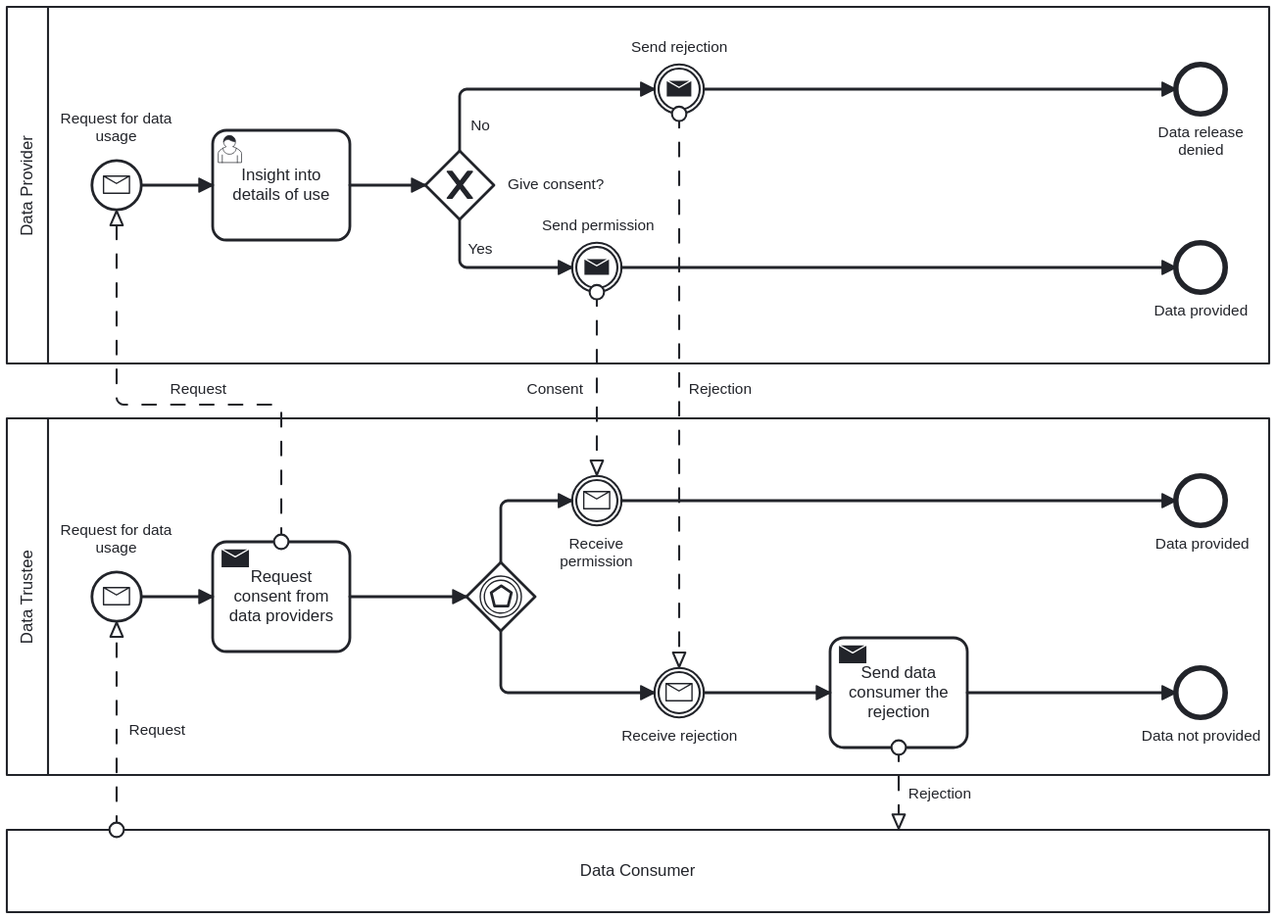
Above: Authorization Management/Manual_Consent.svg in sacdevops/Process-Patterns-for-Data-Trustees (BPMN), before the change. Its source is kept beside it as Authorization Management/Manual_Consent.bpmn. Ids are renumbered.
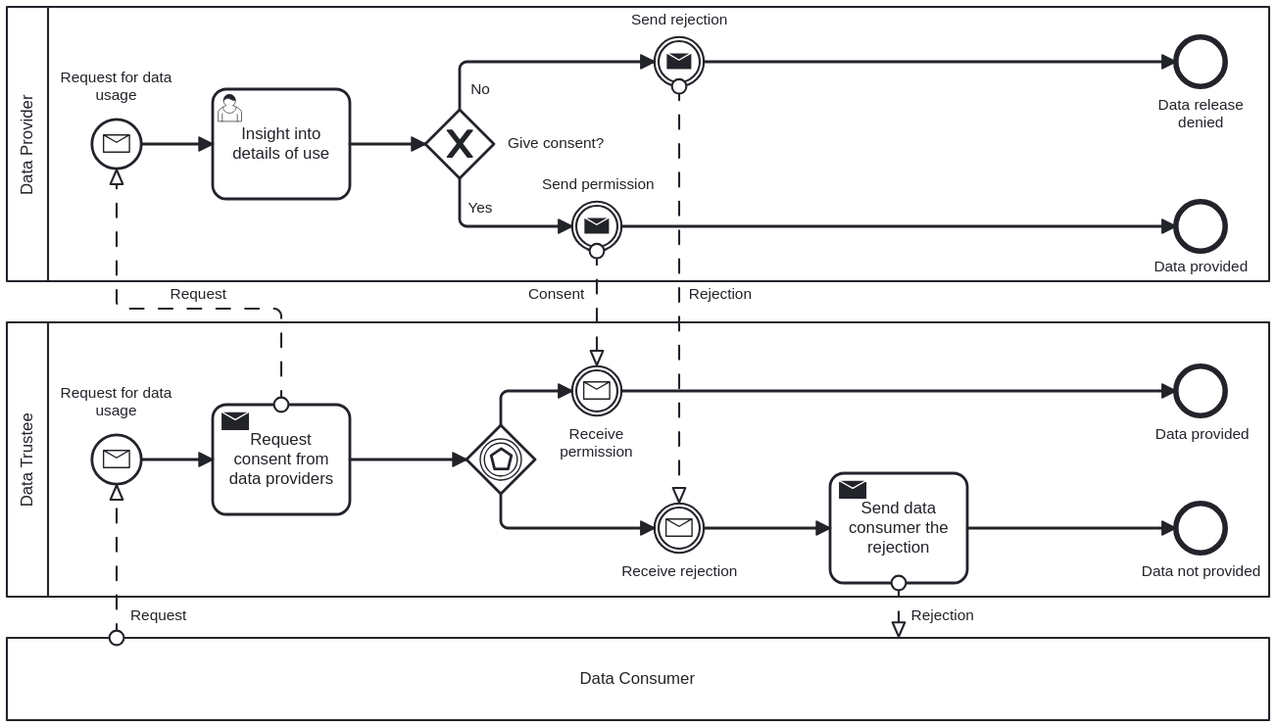
Later version of the same file.

The edit, as a diff of the source:
```diff
@@ -14,7 +14,6 @@
       <bpmn:outgoing>Flow_n21</bpmn:outgoing>
       <bpmn:messageEventDefinition id="MessageEventDefinition_n22" />
     </bpmn:startEvent>
-    <bpmn:sequenceFlow id="Flow_n21" sourceRef="Event_n10" targetRef="Activity_n23" />
     <bpmn:userTask id="Activity_n23" name="Insight into details of use">
       <bpmn:extensionElements>
         <zeebe:userTask />
@@ -27,163 +26,76 @@
       <bpmn:outgoing>Flow_n26</bpmn:outgoing>
       <bpmn:outgoing>Flow_n27</bpmn:outgoing>
     </bpmn:exclusiveGateway>
-    <bpmn:sequenceFlow id="Flow_n24" sourceRef="Activity_n23" targetRef="Gateway_n25" />
     <bpmn:intermediateThrowEvent id="Event_n12" name="Send permission">
       <bpmn:incoming>Flow_n26</bpmn:incoming>
       <bpmn:outgoing>Flow_n28</bpmn:outgoing>
       <bpmn:messageEventDefinition id="MessageEventDefinition_n29" />
     </bpmn:intermediateThrowEvent>
-    <bpmn:sequenceFlow id="Flow_n26" name="Yes" sourceRef="Gateway_n25" targetRef="Event_n12" />
-    <bpmn:sequenceFlow id="Flow_n27" name="No" sourceRef="Gateway_n25" targetRef="Event_n15" />
     <bpmn:endEvent id="Event_n30" name="Data provided">
       <bpmn:incoming>Flow_n28</bpmn:incoming>
     </bpmn:endEvent>
-    <bpmn:endEvent id="Event_n31" name="Data release denied">
-      <bpmn:incoming>Flow_n32</bpmn:incoming>
-    </bpmn:endEvent>
-    <bpmn:sequenceFlow id="Flow_n32" sourceRef="Event_n15" targetRef="Event_n31" />
-    <bpmn:sequenceFlow id="Flow_n28" sourceRef="Event_n12" targetRef="Event_n30" />
     <bpmn:intermediateThrowEvent id="Event_n15" name="Send rejection">
       <bpmn:incoming>Flow_n27</bpmn:incoming>
       <bpmn:outgoing>Flow_n32</bpmn:outgoing>
       <bpmn:messageEventDefinition id="MessageEventDefinition_n33" />
     </bpmn:intermediateThrowEvent>
+    <bpmn:endEvent id="Event_n31" name="Data release denied">
+      <bpmn:incoming>Flow_n32</bpmn:incoming>
+    </bpmn:endEvent>
+    <bpmn:sequenceFlow id="Flow_n21" sourceRef="Event_n10" targetRef="Activity_n23" />
+    <bpmn:sequenceFlow id="Flow_n24" sourceRef="Activity_n23" targetRef="Gateway_n25" />
+    <bpmn:sequenceFlow id="Flow_n26" name="Yes" sourceRef="Gateway_n25" targetRef="Event_n12" />
+    <bpmn:sequenceFlow id="Flow_n27" name="No" sourceRef="Gateway_n25" targetRef="Event_n15" />
+    <bpmn:sequenceFlow id="Flow_n28" sourceRef="Event_n12" targetRef="Event_n30" />
+    <bpmn:sequenceFlow id="Flow_n32" sourceRef="Event_n15" targetRef="Event_n31" />
   </bpmn:process>
   <bpmn:process id="Process_n6" isExecutable="true">
+    <bpmn:intermediateCatchEvent id="Event_n13" name="Receive permission">
+      <bpmn:incoming>Flow_n37</bpmn:incoming>
+      <bpmn:outgoing>Flow_n41</bpmn:outgoing>
+      <bpmn:messageEventDefinition id="MessageEventDefinition_n42" />
+    </bpmn:intermediateCatchEvent>
+    <bpmn:endEvent id="Event_n43" name="Data provided">
+      <bpmn:incoming>Flow_n41</bpmn:incoming>
+    </bpmn:endEvent>
     <bpmn:sequenceFlow id="Flow_n34" sourceRef="Event_n20" targetRef="Activity_n9" />
+    <bpmn:sequenceFlow id="Flow_n35" sourceRef="Activity_n9" targetRef="Gateway_n36" />
+    <bpmn:sequenceFlow id="Flow_n37" sourceRef="Gateway_n36" targetRef="Event_n13" />
+    <bpmn:sequenceFlow id="Flow_n38" sourceRef="Gateway_n36" targetRef="Event_n16" />
+    <bpmn:sequenceFlow id="Flow_n41" sourceRef="Event_n13" targetRef="Event_n43" />
+    <bpmn:sequenceFlow id="Flow_n39" sourceRef="Event_n16" targetRef="Activity_n18" />
+    <bpmn:sequenceFlow id="Flow_n45" sourceRef="Activity_n18" targetRef="Event_n44" />
     <bpmn:sendTask id="Activity_n9" name="Request consent from data providers">
       <bpmn:incoming>Flow_n34</bpmn:incoming>
       <bpmn:outgoing>Flow_n35</bpmn:outgoing>
     </bpmn:sendTask>
-    <bpmn:sequenceFlow id="Flow_n35" sourceRef="Activity_n9" targetRef="Gateway_n36" />
     <bpmn:eventBasedGateway id="Gateway_n36">
       <bpmn:incoming>Flow_n35</bpmn:incoming>
       <bpmn:outgoing>Flow_n37</bpmn:outgoing>
       <bpmn:outgoing>Flow_n38</bpmn:outgoing>
     </bpmn:eventBasedGateway>
-    <bpmn:sequenceFlow id="Flow_n37" sourceRef="Gateway_n36" targetRef="Event_n13" />
-    <bpmn:sequenceFlow id="Flow_n38" sourceRef="Gateway_n36" targetRef="Event_n16" />
+    <bpmn:startEvent id="Event_n20" name="Request for data usage">
+      <bpmn:outgoing>Flow_n34</bpmn:outgoing>
+      <bpmn:messageEventDefinition id="MessageEventDefinition_n46" />
+    </bpmn:startEvent>
     <bpmn:intermediateCatchEvent id="Event_n16" name="Receive rejection">
       <bpmn:incoming>Flow_n38</bpmn:incoming>
       <bpmn:outgoing>Flow_n39</bpmn:outgoing>
       <bpmn:messageEventDefinition id="MessageEventDefinition_n40" />
     </bpmn:intermediateCatchEvent>
-    <bpmn:intermediateCatchEvent id="Event_n13" name="Receive permission">
-      <bpmn:incoming>Flow_n37</bpmn:incoming>
-      <bpmn:outgoing>Flow_n41</bpmn:outgoing>
-      <bpmn:messageEventDefinition id="MessageEventDefinition_n42" />
-    </bpmn:intermediateCatchEvent>
-    <bpmn:sequenceFlow id="Flow_n39" sourceRef="Event_n16" targetRef="Activity_n18" />
-    <bpmn:endEvent id="Event_n43" name="Data provided">
-      <bpmn:incoming>Flow_n41</bpmn:incoming>
-    </bpmn:endEvent>
     <bpmn:endEvent id="Event_n44" name="Data not provided">
       <bpmn:incoming>Flow_n45</bpmn:incoming>
     </bpmn:endEvent>
-    <bpmn:sequenceFlow id="Flow_n45" sourceRef="Activity_n18" targetRef="Event_n44" />
     <bpmn:sendTask id="Activity_n18" name="Send data consumer the rejection">
       <bpmn:incoming>Flow_n39</bpmn:incoming>
       <bpmn:outgoing>Flow_n45</bpmn:outgoing>
     </bpmn:sendTask>
-    <bpmn:sequenceFlow id="Flow_n41" sourceRef="Event_n13" targetRef="Event_n43" />
-    <bpmn:startEvent id="Event_n20" name="Request for data usage">
-      <bpmn:outgoing>Flow_n34</bpmn:outgoing>
-      <bpmn:messageEventDefinition id="MessageEventDefinition_n46" />
-    </bpmn:startEvent>
   </bpmn:process>
   <bpmndi:BPMNDiagram id="BPMNDiagram_1">
     <bpmndi:BPMNPlane id="BPMNPlane_1" bpmnElement="Collaboration_n2">
-      <bpmndi:BPMNShape id="BPMNShape_n47" bpmnElement="Participant_n3" isHorizontal="true">
-        <dc:Bounds x="130" y="40" width="920" height="260" />
+      <bpmndi:BPMNShape id="BPMNShape_n49" bpmnElement="Participant_n5" isHorizontal="true">
+        <dc:Bounds x="130" y="350" width="920" height="200" />
         <bpmndi:BPMNLabel />
-      </bpmndi:BPMNShape>
-      <bpmndi:BPMNShape id="Event_0g2nokf_di" bpmnElement="Event_n10">
-        <dc:Bounds x="192" y="152" width="36" height="36" />
-        <bpmndi:BPMNLabel>
-          <dc:Bounds x="169" y="115" width="82" height="27" />
-        </bpmndi:BPMNLabel>
-      </bpmndi:BPMNShape>
-      <bpmndi:BPMNShape id="Activity_0dzz3wk_di" bpmnElement="Activity_n23">
-        <dc:Bounds x="280" y="130" width="100" height="80" />
-      </bpmndi:BPMNShape>
-      <bpmndi:BPMNShape id="Gateway_n25_di" bpmnElement="Gateway_n25" isMarkerVisible="true">
-        <dc:Bounds x="435" y="145" width="50" height="50" />
-        <bpmndi:BPMNLabel>
-          <dc:Bounds x="494.5" y="163" width="71" height="14" />
-        </bpmndi:BPMNLabel>
-      </bpmndi:BPMNShape>
-      <bpmndi:BPMNShape id="Event_0dczum4_di" bpmnElement="Event_n12">
-        <dc:Bounds x="542" y="212" width="36" height="36" />
-        <bpmndi:BPMNLabel>
-          <dc:Bounds x="520" y="193" width="82" height="14" />
-        </bpmndi:BPMNLabel>
-      </bpmndi:BPMNShape>
-      <bpmndi:BPMNShape id="BPMNShape_n48" bpmnElement="Event_n30">
-        <dc:Bounds x="982" y="212" width="36" height="36" />
-        <bpmndi:BPMNLabel>
-          <dc:Bounds x="966" y="255" width="69" height="14" />
-        </bpmndi:BPMNLabel>
-      </bpmndi:BPMNShape>
-      <bpmndi:BPMNShape id="Event_n31_di" bpmnElement="Event_n31">
-        <dc:Bounds x="982" y="82" width="36" height="36" />
-        <bpmndi:BPMNLabel>
-          <dc:Bounds x="969" y="125" width="63" height="27" />
-        </bpmndi:BPMNLabel>
-      </bpmndi:BPMNShape>
-      <bpmndi:BPMNShape id="Event_12v1yzp_di" bpmnElement="Event_n15">
-        <dc:Bounds x="602" y="82" width="36" height="36" />
-        <bpmndi:BPMNLabel>
-          <dc:Bounds x="585" y="63" width="71" height="14" />
-        </bpmndi:BPMNLabel>
-      </bpmndi:BPMNShape>
-      <bpmndi:BPMNEdge id="Flow_n21_di" bpmnElement="Flow_n21">
-        <di:waypoint x="228" y="170" />
-        <di:waypoint x="280" y="170" />
-      </bpmndi:BPMNEdge>
-      <bpmndi:BPMNEdge id="Flow_n24_di" bpmnElement="Flow_n24">
-        <di:waypoint x="380" y="170" />
-        <di:waypoint x="435" y="170" />
-      </bpmndi:BPMNEdge>
-      <bpmndi:BPMNEdge id="Flow_n26_di" bpmnElement="Flow_n26">
-        <di:waypoint x="460" y="195" />
-        <di:waypoint x="460" y="230" />
-        <di:waypoint x="542" y="230" />
-        <bpmndi:BPMNLabel>
-          <dc:Bounds x="466" y="210" width="18" height="14" />
-        </bpmndi:BPMNLabel>
-      </bpmndi:BPMNEdge>
-      <bpmndi:BPMNEdge id="Flow_n27_di" bpmnElement="Flow_n27">
-        <di:waypoint x="460" y="145" />
-        <di:waypoint x="460" y="100" />
-        <di:waypoint x="602" y="100" />
-        <bpmndi:BPMNLabel>
-          <dc:Bounds x="468" y="120" width="15" height="14" />
-        </bpmndi:BPMNLabel>
-      </bpmndi:BPMNEdge>
-      <bpmndi:BPMNEdge id="Flow_n32_di" bpmnElement="Flow_n32">
-        <di:waypoint x="638" y="100" />
-        <di:waypoint x="982" y="100" />
-      </bpmndi:BPMNEdge>
-      <bpmndi:BPMNEdge id="Flow_n28_di" bpmnElement="Flow_n28">
-        <di:waypoint x="578" y="230" />
-        <di:waypoint x="982" y="230" />
-      </bpmndi:BPMNEdge>
-      <bpmndi:BPMNShape id="BPMNShape_n49" bpmnElement="Participant_n5" isHorizontal="true">
-        <dc:Bounds x="130" y="340" width="920" height="260" />
-        <bpmndi:BPMNLabel />
-      </bpmndi:BPMNShape>
-      <bpmndi:BPMNShape id="Activity_1w4p8ws_di" bpmnElement="Activity_n9">
-        <dc:Bounds x="280" y="430" width="100" height="80" />
-        <bpmndi:BPMNLabel />
-      </bpmndi:BPMNShape>
-      <bpmndi:BPMNShape id="Gateway_1ba6b4l_di" bpmnElement="Gateway_n36">
-        <dc:Bounds x="465" y="445" width="50" height="50" />
-      </bpmndi:BPMNShape>
-      <bpmndi:BPMNShape id="Event_n16_di" bpmnElement="Event_n16">
-        <dc:Bounds x="602" y="522" width="36" height="36" />
-        <bpmndi:BPMNLabel>
-          <dc:Bounds x="578" y="565" width="85" height="14" />
-        </bpmndi:BPMNLabel>
       </bpmndi:BPMNShape>
       <bpmndi:BPMNShape id="Event_n13_di" bpmnElement="Event_n13">
         <dc:Bounds x="542" y="382" width="36" height="36" />
@@ -197,90 +109,178 @@
           <dc:Bounds x="967" y="425" width="69" height="14" />
         </bpmndi:BPMNLabel>
       </bpmndi:BPMNShape>
+      <bpmndi:BPMNShape id="Activity_1w4p8ws_di" bpmnElement="Activity_n9">
+        <dc:Bounds x="280" y="410" width="100" height="80" />
+        <bpmndi:BPMNLabel />
+      </bpmndi:BPMNShape>
+      <bpmndi:BPMNShape id="Gateway_1ba6b4l_di" bpmnElement="Gateway_n36">
+        <dc:Bounds x="465" y="425" width="50" height="50" />
+      </bpmndi:BPMNShape>
+      <bpmndi:BPMNShape id="Event_1yy7mwl_di" bpmnElement="Event_n20">
+        <dc:Bounds x="192" y="432" width="36" height="36" />
+        <bpmndi:BPMNLabel>
+          <dc:Bounds x="169" y="395" width="82" height="27" />
+        </bpmndi:BPMNLabel>
+      </bpmndi:BPMNShape>
+      <bpmndi:BPMNShape id="Event_n16_di" bpmnElement="Event_n16">
+        <dc:Bounds x="602" y="482" width="36" height="36" />
+        <bpmndi:BPMNLabel>
+          <dc:Bounds x="578" y="525" width="85" height="14" />
+        </bpmndi:BPMNLabel>
+      </bpmndi:BPMNShape>
       <bpmndi:BPMNShape id="BPMNShape_n50" bpmnElement="Event_n44">
-        <dc:Bounds x="982" y="522" width="36" height="36" />
+        <dc:Bounds x="982" y="482" width="36" height="36" />
         <bpmndi:BPMNLabel>
-          <dc:Bounds x="957" y="565" width="87" height="14" />
+          <dc:Bounds x="957" y="525" width="87" height="14" />
         </bpmndi:BPMNLabel>
       </bpmndi:BPMNShape>
       <bpmndi:BPMNShape id="Activity_1cpoy60_di" bpmnElement="Activity_n18">
-        <dc:Bounds x="730" y="500" width="100" height="80" />
-      </bpmndi:BPMNShape>
-      <bpmndi:BPMNShape id="Event_1yy7mwl_di" bpmnElement="Event_n20">
-        <dc:Bounds x="192" y="452" width="36" height="36" />
-        <bpmndi:BPMNLabel>
-          <dc:Bounds x="169" y="415" width="82" height="27" />
-        </bpmndi:BPMNLabel>
+        <dc:Bounds x="730" y="460" width="100" height="80" />
       </bpmndi:BPMNShape>
       <bpmndi:BPMNEdge id="Flow_n34_di" bpmnElement="Flow_n34">
-        <di:waypoint x="228" y="470" />
-        <di:waypoint x="280" y="470" />
+        <di:waypoint x="228" y="450" />
+        <di:waypoint x="280" y="450" />
       </bpmndi:BPMNEdge>
       <bpmndi:BPMNEdge id="Flow_n35_di" bpmnElement="Flow_n35">
-        <di:waypoint x="380" y="470" />
-        <di:waypoint x="465" y="470" />
+        <di:waypoint x="380" y="450" />
+        <di:waypoint x="465" y="450" />
       </bpmndi:BPMNEdge>
       <bpmndi:BPMNEdge id="Flow_n37_di" bpmnElement="Flow_n37">
-        <di:waypoint x="490" y="445" />
+        <di:waypoint x="490" y="425" />
         <di:waypoint x="490" y="400" />
         <di:waypoint x="542" y="400" />
       </bpmndi:BPMNEdge>
       <bpmndi:BPMNEdge id="Flow_n38_di" bpmnElement="Flow_n38">
-        <di:waypoint x="490" y="495" />
-        <di:waypoint x="490" y="540" />
-        <di:waypoint x="602" y="540" />
-      </bpmndi:BPMNEdge>
-      <bpmndi:BPMNEdge id="Flow_n39_di" bpmnElement="Flow_n39">
-        <di:waypoint x="638" y="540" />
-        <di:waypoint x="730" y="540" />
-      </bpmndi:BPMNEdge>
-      <bpmndi:BPMNEdge id="Flow_n45_di" bpmnElement="Flow_n45">
-        <di:waypoint x="830" y="540" />
-        <di:waypoint x="982" y="540" />
+        <di:waypoint x="490" y="475" />
+        <di:waypoint x="490" y="500" />
+        <di:waypoint x="602" y="500" />
       </bpmndi:BPMNEdge>
       <bpmndi:BPMNEdge id="Flow_n41_di" bpmnElement="Flow_n41">
         <di:waypoint x="578" y="400" />
         <di:waypoint x="982" y="400" />
       </bpmndi:BPMNEdge>
+      <bpmndi:BPMNEdge id="Flow_n39_di" bpmnElement="Flow_n39">
+        <di:waypoint x="638" y="500" />
+        <di:waypoint x="730" y="500" />
+      </bpmndi:BPMNEdge>
+      <bpmndi:BPMNEdge id="Flow_n45_di" bpmnElement="Flow_n45">
+        <di:waypoint x="830" y="500" />
+        <di:waypoint x="982" y="500" />
+      </bpmndi:BPMNEdge>
+      <bpmndi:BPMNShape id="BPMNShape_n47" bpmnElement="Participant_n3" isHorizontal="true">
+        <dc:Bounds x="130" y="120" width="920" height="200" />
+        <bpmndi:BPMNLabel />
+      </bpmndi:BPMNShape>
+      <bpmndi:BPMNShape id="Event_0g2nokf_di" bpmnElement="Event_n10">
+        <dc:Bounds x="192" y="202" width="36" height="36" />
+        <bpmndi:BPMNLabel>
+          <dc:Bounds x="169" y="165" width="82" height="27" />
+        </bpmndi:BPMNLabel>
+      </bpmndi:BPMNShape>
+      <bpmndi:BPMNShape id="Activity_0dzz3wk_di" bpmnElement="Activity_n23">
+        <dc:Bounds x="280" y="180" width="100" height="80" />
+      </bpmndi:BPMNShape>
+      <bpmndi:BPMNShape id="Gateway_n25_di" bpmnElement="Gateway_n25" isMarkerVisible="true">
+        <dc:Bounds x="435" y="195" width="50" height="50" />
+        <bpmndi:BPMNLabel>
+          <dc:Bounds x="495" y="213" width="71" height="14" />
+        </bpmndi:BPMNLabel>
+      </bpmndi:BPMNShape>
+      <bpmndi:BPMNShape id="Event_0dczum4_di" bpmnElement="Event_n12">
+        <dc:Bounds x="542" y="262" width="36" height="36" />
+        <bpmndi:BPMNLabel>
+          <dc:Bounds x="520" y="243" width="82" height="14" />
+        </bpmndi:BPMNLabel>
+      </bpmndi:BPMNShape>
+      <bpmndi:BPMNShape id="BPMNShape_n48" bpmnElement="Event_n30">
+        <dc:Bounds x="982" y="262" width="36" height="36" />
+        <bpmndi:BPMNLabel>
+          <dc:Bounds x="966" y="303" width="69" height="14" />
+        </bpmndi:BPMNLabel>
+      </bpmndi:BPMNShape>
+      <bpmndi:BPMNShape id="Event_12v1yzp_di" bpmnElement="Event_n15">
+        <dc:Bounds x="602" y="142" width="36" height="36" />
+        <bpmndi:BPMNLabel>
+          <dc:Bounds x="585" y="123" width="71" height="14" />
+        </bpmndi:BPMNLabel>
+      </bpmndi:BPMNShape>
+      <bpmndi:BPMNShape id="Event_n31_di" bpmnElement="Event_n31">
+        <dc:Bounds x="982" y="142" width="36" height="36" />
+        <bpmndi:BPMNLabel>
+          <dc:Bounds x="969" y="185" width="63" height="27" />
+        </bpmndi:BPMNLabel>
+      </bpmndi:BPMNShape>
+      <bpmndi:BPMNEdge id="Flow_n21_di" bpmnElement="Flow_n21">
+        <di:waypoint x="228" y="220" />
+        <di:waypoint x="280" y="220" />
+      </bpmndi:BPMNEdge>
+      <bpmndi:BPMNEdge id="Flow_n24_di" bpmnElement="Flow_n24">
+        <di:waypoint x="380" y="220" />
+        <di:waypoint x="435" y="220" />
+      </bpmndi:BPMNEdge>
+      <bpmndi:BPMNEdge id="Flow_n26_di" bpmnElement="Flow_n26">
+        <di:waypoint x="460" y="245" />
+        <di:waypoint x="460" y="280" />
+        <di:waypoint x="542" y="280" />
+        <bpmndi:BPMNLabel>
+          <dc:Bounds x="466" y="260" width="18" height="14" />
+        </bpmndi:BPMNLabel>
+      </bpmndi:BPMNEdge>
+      <bpmndi:BPMNEdge id="Flow_n27_di" bpmnElement="Flow_n27">
+        <di:waypoint x="460" y="195" />
+        <di:waypoint x="460" y="160" />
+        <di:waypoint x="602" y="160" />
+        <bpmndi:BPMNLabel>
+          <dc:Bounds x="468" y="174" width="15" height="14" />
+        </bpmndi:BPMNLabel>
+      </bpmndi:BPMNEdge>
+      <bpmndi:BPMNEdge id="Flow_n28_di" bpmnElement="Flow_n28">
+        <di:waypoint x="578" y="280" />
+        <di:waypoint x="982" y="280" />
+      </bpmndi:BPMNEdge>
+      <bpmndi:BPMNEdge id="Flow_n32_di" bpmnElement="Flow_n32">
+        <di:waypoint x="638" y="160" />
+        <di:waypoint x="982" y="160" />
+      </bpmndi:BPMNEdge>
       <bpmndi:BPMNShape id="BPMNShape_n51" bpmnElement="Participant_n7" isHorizontal="true">
-        <dc:Bounds x="130" y="640" width="920" height="60" />
+        <dc:Bounds x="130" y="580" width="920" height="60" />
         <bpmndi:BPMNLabel />
       </bpmndi:BPMNShape>
       <bpmndi:BPMNEdge id="Flow_n8_di" bpmnElement="Flow_n8">
-        <di:waypoint x="330" y="430" />
-        <di:waypoint x="330" y="330" />
-        <di:waypoint x="210" y="330" />
-        <di:waypoint x="210" y="188" />
+        <di:waypoint x="330" y="410" />
+        <di:waypoint x="330" y="340" />
+        <di:waypoint x="210" y="340" />
+        <di:waypoint x="210" y="238" />
         <bpmndi:BPMNLabel>
-          <dc:Bounds x="249" y="312" width="42" height="14" />
+          <dc:Bounds x="249" y="323" width="42" height="14" />
         </bpmndi:BPMNLabel>
       </bpmndi:BPMNEdge>
       <bpmndi:BPMNEdge id="Flow_n11_di" bpmnElement="Flow_n11">
-        <di:waypoint x="560" y="248" />
+        <di:waypoint x="560" y="298" />
         <di:waypoint x="560" y="382" />
         <bpmndi:BPMNLabel>
-          <dc:Bounds x="509" y="312" width="42" height="14" />
+          <dc:Bounds x="510" y="323" width="42" height="14" />
         </bpmndi:BPMNLabel>
       </bpmndi:BPMNEdge>
       <bpmndi:BPMNEdge id="Flow_n14_di" bpmnElement="Flow_n14">
-        <di:waypoint x="620" y="118" />
-        <di:waypoint x="620" y="522" />
+        <di:waypoint x="620" y="178" />
+        <di:waypoint x="620" y="482" />
         <bpmndi:BPMNLabel>
-          <dc:Bounds x="627" y="312" width="46" height="14" />
+          <dc:Bounds x="627" y="323" width="46" height="14" />
         </bpmndi:BPMNLabel>
       </bpmndi:BPMNEdge>
       <bpmndi:BPMNEdge id="Flow_n17_di" bpmnElement="Flow_n17">
+        <di:waypoint x="780" y="540" />
         <di:waypoint x="780" y="580" />
-        <di:waypoint x="780" y="640" />
         <bpmndi:BPMNLabel>
-          <dc:Bounds x="787" y="607" width="46" height="14" />
+          <dc:Bounds x="789" y="557" width="46" height="14" />
         </bpmndi:BPMNLabel>
       </bpmndi:BPMNEdge>
       <bpmndi:BPMNEdge id="Flow_n19_di" bpmnElement="Flow_n19">
-        <di:waypoint x="210" y="640" />
-        <di:waypoint x="210" y="488" />
+        <di:waypoint x="210" y="580" />
+        <di:waypoint x="210" y="468" />
         <bpmndi:BPMNLabel>
-          <dc:Bounds x="219" y="561" width="42" height="14" />
+          <dc:Bounds x="220" y="557" width="42" height="14" />
         </bpmndi:BPMNLabel>
       </bpmndi:BPMNEdge>
     </bpmndi:BPMNPlane>
```
